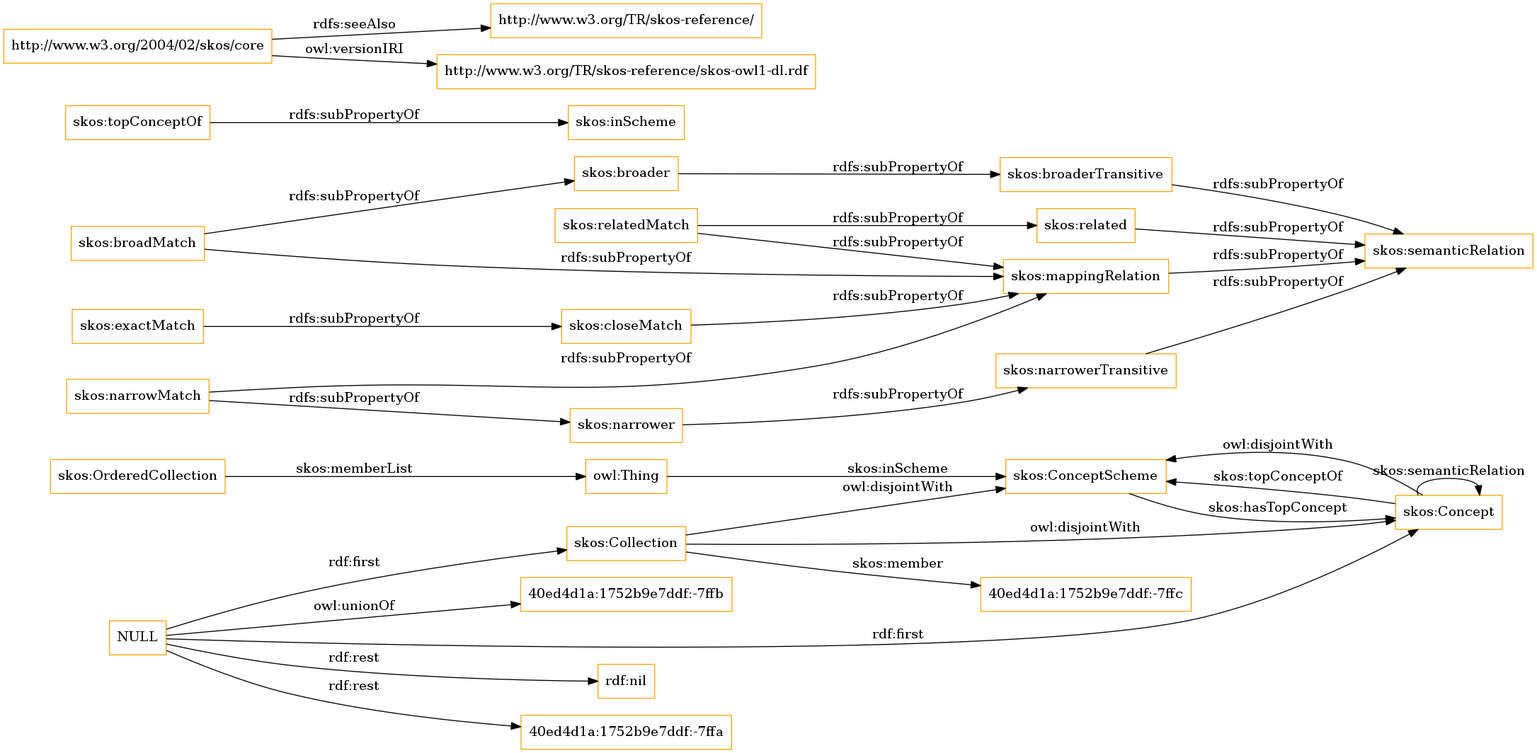
Above: OnToology/imports/skos.owl/diagrams/ar2dtool-class/skos.owl.png in OnToologyUser/core-ontology-1 (Graphviz), before the change. Its source is kept beside it as OnToology/imports/skos.owl/diagrams/ar2dtool-class/skos.owl.png.dot.
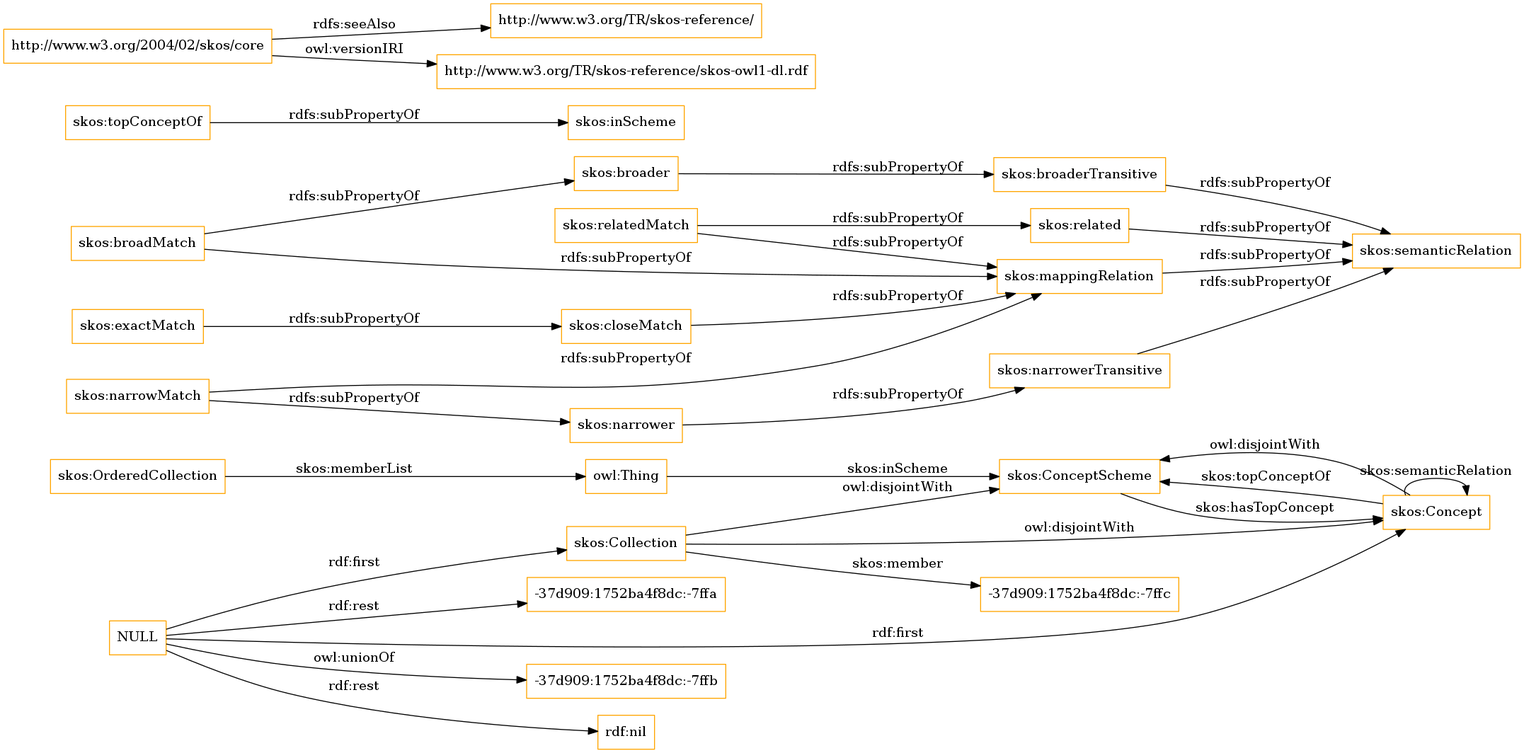
The same diagram one commit later.

The edit, as a diff of the source:
```diff
@@ -1,13 +1,13 @@
 digraph ar2dtool_diagram {
 rankdir=LR;
 size="1501"
-node [shape = rectangle, color="orange"]; "skos:OrderedCollection" "skos:ConceptScheme" "skos:Concept" "skos:Collection" "40ed4d1a:1752b9e7ddf:-7ffc" ; /*classes style*/
+node [shape = rectangle, color="orange"]; "skos:OrderedCollection" "skos:ConceptScheme" "skos:Concept" "skos:Collection" "-37d909:1752ba4f8dc:-7ffc" ; /*classes style*/
 	"skos:narrowerTransitive" -> "skos:semanticRelation" [ label = "rdfs:subPropertyOf" ];
+	"NULL" -> "-37d909:1752ba4f8dc:-7ffb" [ label = "owl:unionOf" ];
 	"NULL" -> "rdf:nil" [ label = "rdf:rest" ];
 	"NULL" -> "skos:Concept" [ label = "rdf:first" ];
-	"NULL" -> "40ed4d1a:1752b9e7ddf:-7ffa" [ label = "rdf:rest" ];
+	"NULL" -> "-37d909:1752ba4f8dc:-7ffa" [ label = "rdf:rest" ];
 	"NULL" -> "skos:Collection" [ label = "rdf:first" ];
-	"NULL" -> "40ed4d1a:1752b9e7ddf:-7ffb" [ label = "owl:unionOf" ];
 	"skos:closeMatch" -> "skos:mappingRelation" [ label = "rdfs:subPropertyOf" ];
 	"skos:Concept" -> "skos:ConceptScheme" [ label = "owl:disjointWith" ];
 	"skos:relatedMatch" -> "skos:related" [ label = "rdfs:subPropertyOf" ];
@@ -30,7 +30,7 @@
 	"skos:OrderedCollection" -> "owl:Thing" [ label = "skos:memberList" ];
 	"skos:Concept" -> "skos:ConceptScheme" [ label = "skos:topConceptOf" ];
 	"skos:Concept" -> "skos:Concept" [ label = "skos:semanticRelation" ];
-	"skos:Collection" -> "40ed4d1a:1752b9e7ddf:-7ffc" [ label = "skos:member" ];
+	"skos:Collection" -> "-37d909:1752ba4f8dc:-7ffc" [ label = "skos:member" ];
 	"skos:ConceptScheme" -> "skos:Concept" [ label = "skos:hasTopConcept" ];
 	"owl:Thing" -> "skos:ConceptScheme" [ label = "skos:inScheme" ];
 
```
